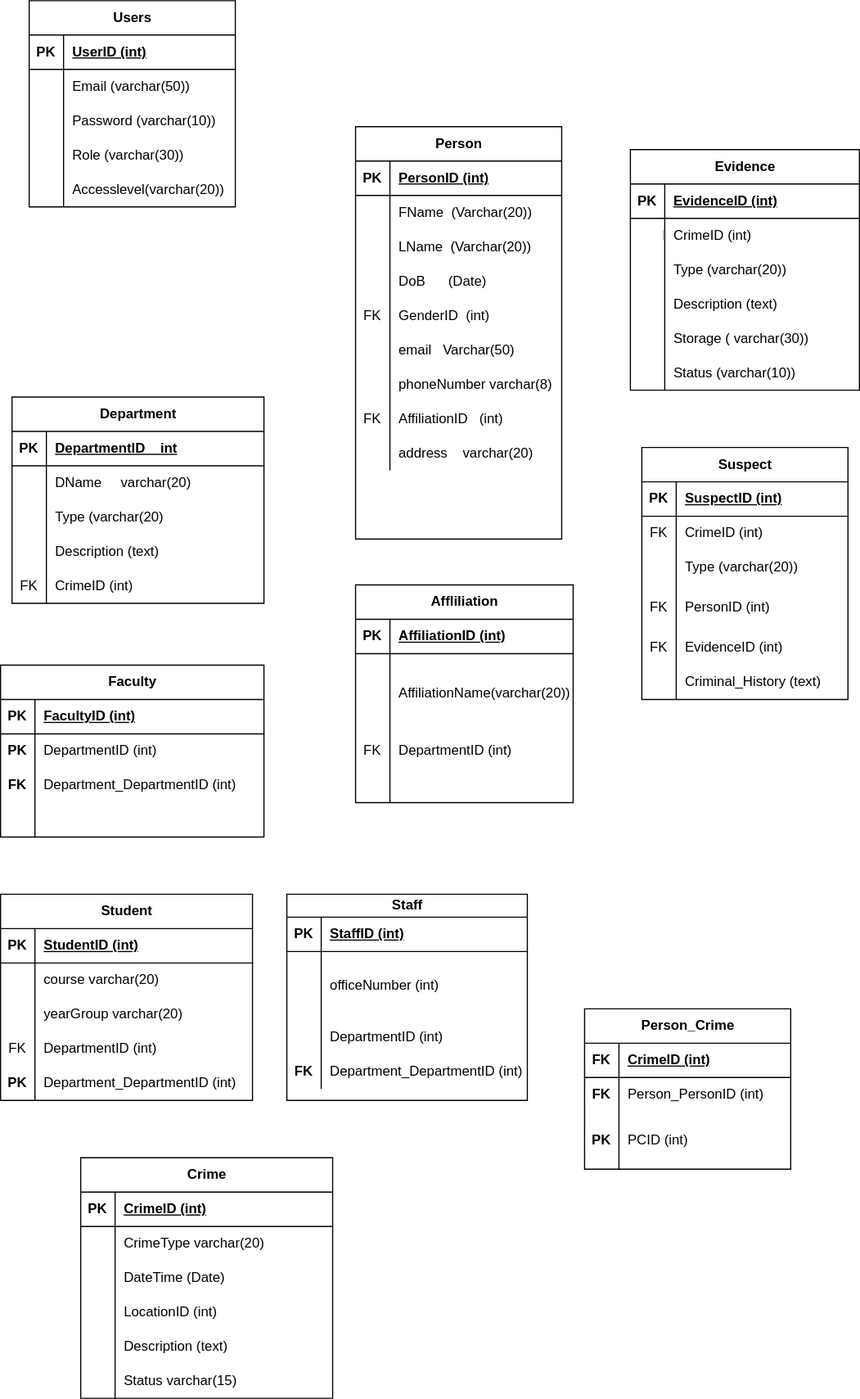
Before: Untitled Diagram.drawio.svg, a diagram exported from draw.io (Priscile2/Diagrams). Source tidied: cells renumbered, new cells last; positions are measured from the earlier drawing's top-left corner, leaving out a move shared by most shapes.
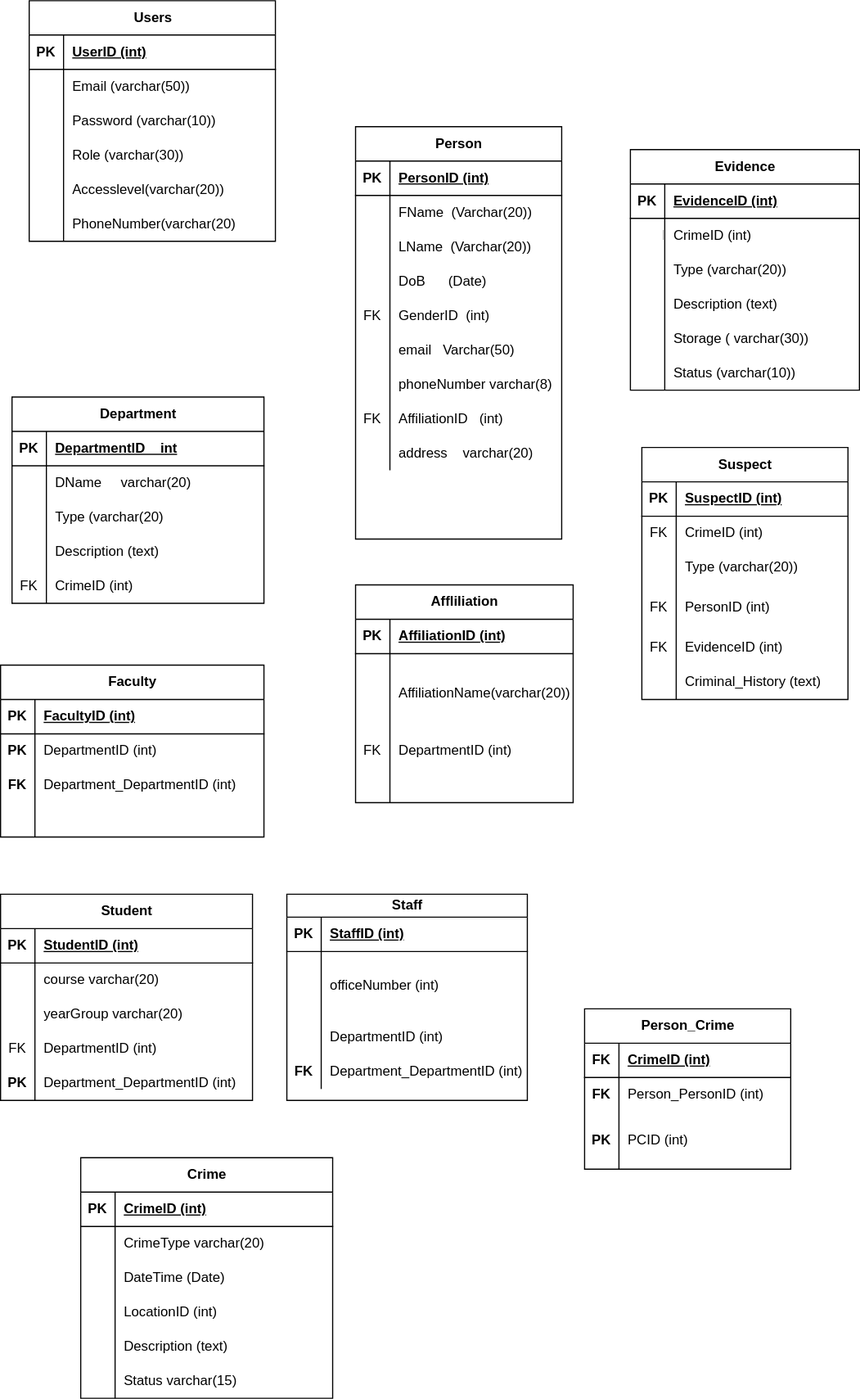
After the commit.

The edit, as a diff of the source:
```diff
@@ -444,53 +444,62 @@
       <mxGeometry x="30" width="190" height="30" as="geometry" />
     </mxCell>
     <mxCell id="149" value="Users" style="shape=table;startSize=30;rowLines=0;fontStyle=1;align=center;html=1;" parent="1" vertex="1">
-      <mxGeometry x="25" width="180" height="180" as="geometry" />
+      <mxGeometry x="25" width="215" height="210" as="geometry" />
     </mxCell>
     <mxCell id="150" style="shape=tableRow;horizontal=0;startSize=0;swimlaneHead=0;swimlaneBody=0;fillColor=none;top=0;left=0;right=0;bottom=1;" parent="149" vertex="1">
-      <mxGeometry y="30" width="180" height="30" as="geometry" />
+      <mxGeometry y="30" width="215" height="30" as="geometry" />
     </mxCell>
     <mxCell id="151" value="PK" style="shape=partialRectangle;fillColor=none;top=0;left=0;bottom=0;right=0;fontStyle=1;overflow=hidden;whiteSpace=wrap;html=1;" parent="150" vertex="1">
       <mxGeometry width="30" height="30" as="geometry" />
     </mxCell>
     <mxCell id="152" value="UserID (int)" style="shape=partialRectangle;fillColor=none;top=0;left=0;bottom=0;right=0;align=left;spacingLeft=6;fontStyle=5;overflow=hidden;whiteSpace=wrap;html=1;" parent="150" vertex="1">
-      <mxGeometry x="30" width="150" height="30" as="geometry" />
+      <mxGeometry x="30" width="185" height="30" as="geometry" />
     </mxCell>
     <mxCell id="153" style="shape=tableRow;horizontal=0;startSize=0;swimlaneHead=0;swimlaneBody=0;fillColor=none;top=0;left=0;right=0;bottom=0;" parent="149" vertex="1">
-      <mxGeometry y="60" width="180" height="30" as="geometry" />
+      <mxGeometry y="60" width="215" height="30" as="geometry" />
     </mxCell>
     <mxCell id="154" style="shape=partialRectangle;fillColor=none;top=0;left=0;bottom=0;right=0;overflow=hidden;whiteSpace=wrap;html=1;" parent="153" vertex="1">
       <mxGeometry width="30" height="30" as="geometry" />
     </mxCell>
     <mxCell id="155" value="Email (varchar(50))" style="shape=partialRectangle;fillColor=none;top=0;left=0;bottom=0;right=0;align=left;spacingLeft=6;overflow=hidden;whiteSpace=wrap;html=1;" parent="153" vertex="1">
-      <mxGeometry x="30" width="150" height="30" as="geometry" />
+      <mxGeometry x="30" width="185" height="30" as="geometry" />
     </mxCell>
     <mxCell id="156" style="shape=tableRow;horizontal=0;startSize=0;swimlaneHead=0;swimlaneBody=0;fillColor=none;top=0;left=0;right=0;bottom=0;" parent="149" vertex="1">
-      <mxGeometry y="90" width="180" height="30" as="geometry" />
+      <mxGeometry y="90" width="215" height="30" as="geometry" />
     </mxCell>
     <mxCell id="157" style="shape=partialRectangle;fillColor=none;top=0;left=0;bottom=0;right=0;overflow=hidden;whiteSpace=wrap;html=1;" parent="156" vertex="1">
       <mxGeometry width="30" height="30" as="geometry" />
     </mxCell>
     <mxCell id="158" value="Password (varchar(10))" style="shape=partialRectangle;fillColor=none;top=0;left=0;bottom=0;right=0;align=left;spacingLeft=6;overflow=hidden;whiteSpace=wrap;html=1;" parent="156" vertex="1">
-      <mxGeometry x="30" width="150" height="30" as="geometry" />
+      <mxGeometry x="30" width="185" height="30" as="geometry" />
     </mxCell>
     <mxCell id="159" style="shape=tableRow;horizontal=0;startSize=0;swimlaneHead=0;swimlaneBody=0;fillColor=none;top=0;left=0;right=0;bottom=0;" parent="149" vertex="1">
-      <mxGeometry y="120" width="180" height="30" as="geometry" />
+      <mxGeometry y="120" width="215" height="30" as="geometry" />
     </mxCell>
     <mxCell id="160" style="shape=partialRectangle;fillColor=none;top=0;left=0;bottom=0;right=0;overflow=hidden;whiteSpace=wrap;html=1;" parent="159" vertex="1">
       <mxGeometry width="30" height="30" as="geometry" />
     </mxCell>
     <mxCell id="161" value="Role (varchar(30))" style="shape=partialRectangle;fillColor=none;top=0;left=0;bottom=0;right=0;align=left;spacingLeft=6;overflow=hidden;whiteSpace=wrap;html=1;" parent="159" vertex="1">
-      <mxGeometry x="30" width="150" height="30" as="geometry" />
+      <mxGeometry x="30" width="185" height="30" as="geometry" />
     </mxCell>
     <mxCell id="162" style="shape=tableRow;horizontal=0;startSize=0;swimlaneHead=0;swimlaneBody=0;fillColor=none;top=0;left=0;right=0;bottom=0;" parent="149" vertex="1">
-      <mxGeometry y="150" width="180" height="30" as="geometry" />
+      <mxGeometry y="150" width="215" height="30" as="geometry" />
     </mxCell>
     <mxCell id="163" style="shape=partialRectangle;fillColor=none;top=0;left=0;bottom=0;right=0;overflow=hidden;whiteSpace=wrap;html=1;" parent="162" vertex="1">
       <mxGeometry width="30" height="30" as="geometry" />
     </mxCell>
     <mxCell id="164" value="Accesslevel(varchar(20))" style="shape=partialRectangle;fillColor=none;top=0;left=0;bottom=0;right=0;align=left;spacingLeft=6;overflow=hidden;whiteSpace=wrap;html=1;" parent="162" vertex="1">
-      <mxGeometry x="30" width="150" height="30" as="geometry" />
+      <mxGeometry x="30" width="185" height="30" as="geometry" />
     </mxCell>
+    <mxCell id="184" style="shape=tableRow;horizontal=0;startSize=0;swimlaneHead=0;swimlaneBody=0;fillColor=none;top=0;left=0;right=0;bottom=0;" parent="149" vertex="1">
+      <mxGeometry y="180" width="215" height="30" as="geometry" />
+    </mxCell>
+    <mxCell id="185" style="shape=partialRectangle;fillColor=none;top=0;left=0;bottom=0;right=0;overflow=hidden;whiteSpace=wrap;html=1;" parent="184" vertex="1">
+      <mxGeometry width="30" height="30" as="geometry" />
+    </mxCell>
+    <mxCell id="186" value="PhoneNumber(varchar(20)" style="shape=partialRectangle;fillColor=none;top=0;left=0;bottom=0;right=0;align=left;spacingLeft=6;overflow=hidden;whiteSpace=wrap;html=1;" parent="184" vertex="1">
+      <mxGeometry x="30" width="185" height="30" as="geometry" />
+    </mxCell>
     <mxCell id="165" value="Crime" style="shape=table;startSize=30;rowLines=0;fontStyle=1;align=center;html=1;" parent="1" vertex="1">
       <mxGeometry x="70" y="1010" width="220" height="210" as="geometry" />
     </mxCell>
```
